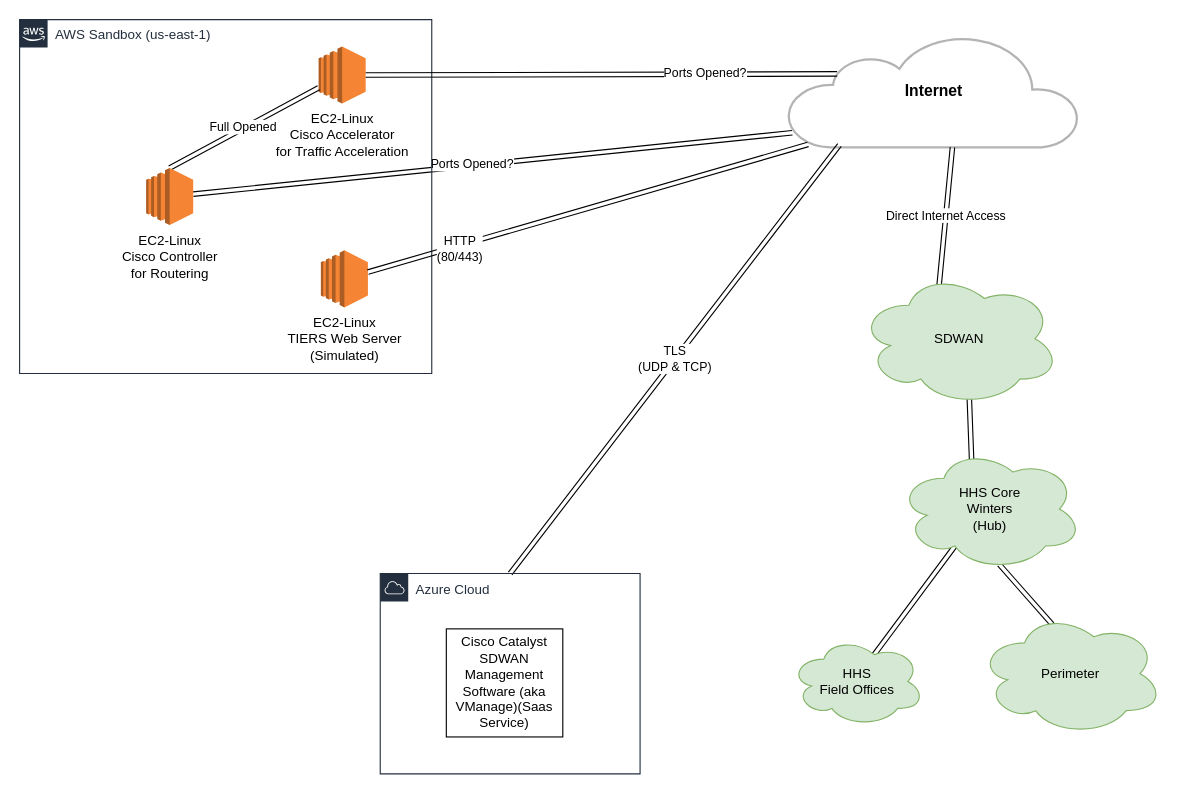
Earlier version of the draw.io diagram page "Catalyst 8000-v" (1 of 4) of aws/catalyst8000v/docs/catalyst.drawio (scottmillers/Terraform). Source tidied: cells renumbered, new cells numbered last; positions are measured from the earlier drawing's top-left corner, leaving out a move shared by most shapes. Both pictures are drawn from the tidied source at 112%, with x=0, y=0 at pixel (19, 19).
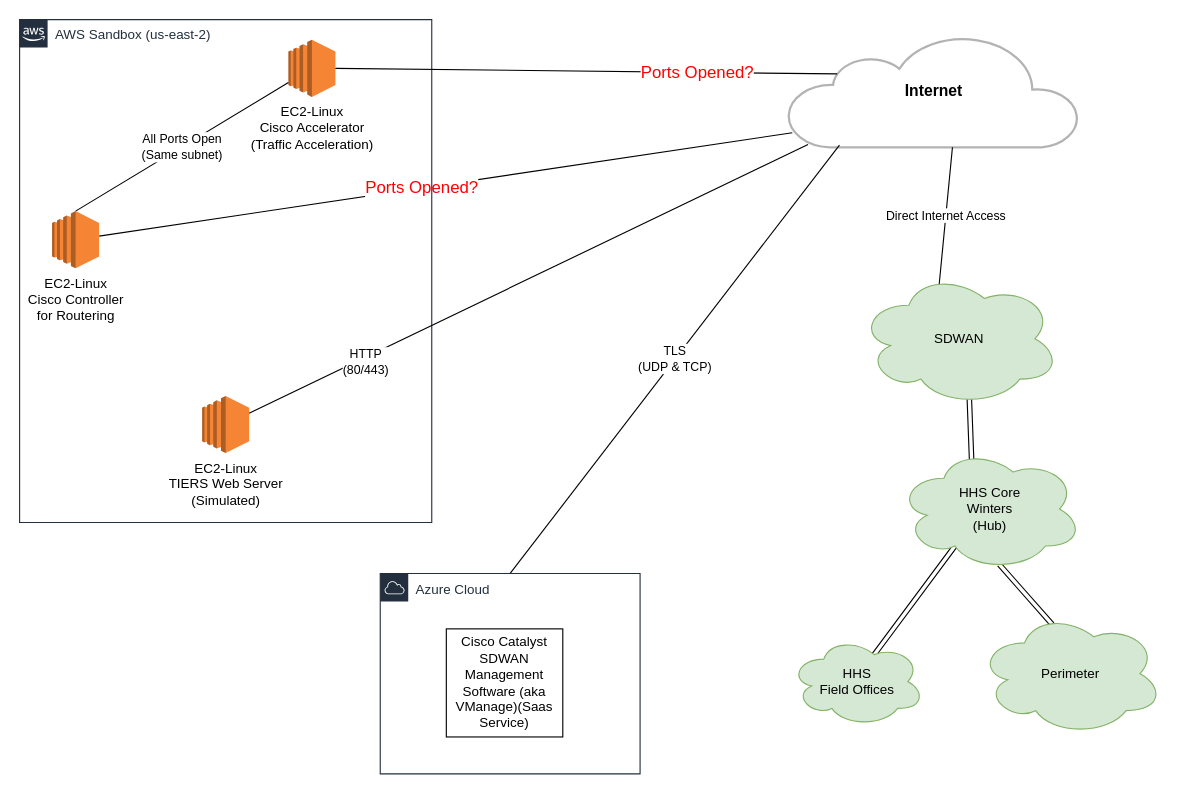
Above is the later version.

The change refers to these unchanged cells:
```xml
<mxCell id="4" value="&lt;b&gt;&lt;font style=&quot;font-size: 14px;&quot;&gt;Internet&lt;/font&gt;&lt;/b&gt;" style="html=1;verticalLabelPosition=middle;align=center;labelBackgroundColor=#ffffff;verticalAlign=middle;strokeWidth=2;strokeColor=#B3B3B3;shadow=0;dashed=0;shape=mxgraph.ios7.icons.cloud;labelPosition=center;" parent="1" vertex="1">
  <mxGeometry x="686" y="14" width="260" height="100" as="geometry" />
</mxCell>
<mxCell id="11" value="Azure Cloud" style="points=[[0,0],[0.25,0],[0.5,0],[0.75,0],[1,0],[1,0.25],[1,0.5],[1,0.75],[1,1],[0.75,1],[0.5,1],[0.25,1],[0,1],[0,0.75],[0,0.5],[0,0.25]];outlineConnect=0;gradientColor=none;html=1;whiteSpace=wrap;fontSize=12;fontStyle=0;shape=mxgraph.aws4.group;grIcon=mxgraph.aws4.group_aws_cloud;strokeColor=#232F3E;fillColor=none;verticalAlign=top;align=left;spacingLeft=30;fontColor=#232F3E;dashed=0;" parent="1" vertex="1">
  <mxGeometry x="322" y="494.5" width="232" height="179" as="geometry" />
</mxCell>
<mxCell id="19" value="SDWAN" style="ellipse;shape=cloud;whiteSpace=wrap;html=1;fillColor=#d5e8d4;strokeColor=#82b366;" parent="1" vertex="1">
  <mxGeometry x="749" y="225" width="180" height="120" as="geometry" />
</mxCell>
```

Change to the diagram source:
```diff
@@
-    <mxCell id="2" style="edgeStyle=none;shape=link;html=1;exitX=0.015;exitY=0.87;exitDx=0;exitDy=0;exitPerimeter=0;" parent="1" edge="1" source="4" target="8">
+    <mxCell id="2" style="edgeStyle=none;html=1;exitX=0.015;exitY=0.87;exitDx=0;exitDy=0;exitPerimeter=0;endArrow=none;endFill=0;" parent="1" edge="1" source="4" target="8">
       <mxGeometry relative="1" as="geometry" />
     </mxCell>
-    <mxCell id="3" value="Ports Opened?" style="edgeLabel;html=1;align=center;verticalAlign=middle;" parent="2" vertex="1">
+    <mxCell id="3" value="Ports Opened?" style="edgeLabel;html=1;align=center;verticalAlign=middle;fontColor=#FF0000;fontSize=15;" parent="2" vertex="1">
       <mxGeometry x="0.07" y="-2" relative="1" as="geometry" />
     </mxCell>
@@
-    <mxCell id="5" value="AWS Sandbox (us-east-1)" style="gradientColor=none;html=1;whiteSpace=wrap;fontSize=12;fontStyle=0;shape=mxgraph.aws4.group;grIcon=mxgraph.aws4.group_aws_cloud_alt;strokeColor=#232F3E;fillColor=none;verticalAlign=top;align=left;spacingLeft=30;fontColor=#232F3E;dashed=0;" parent="1" vertex="1">
-      <mxGeometry width="368" height="316" as="geometry" />
+    <mxCell id="5" value="AWS Sandbox (us-east-2)" style="gradientColor=none;html=1;whiteSpace=wrap;fontSize=12;fontStyle=0;shape=mxgraph.aws4.group;grIcon=mxgraph.aws4.group_aws_cloud_alt;strokeColor=#232F3E;fillColor=none;verticalAlign=top;align=left;spacingLeft=30;fontColor=#232F3E;dashed=0;" parent="1" vertex="1">
+      <mxGeometry width="368" height="449" as="geometry" />
     </mxCell>
-    <mxCell id="6" value="EC2-Linux&lt;br&gt;Cisco Accelerator &lt;br&gt;for Traffic Acceleration" style="outlineConnect=0;dashed=0;verticalLabelPosition=bottom;verticalAlign=top;align=center;html=1;shape=mxgraph.aws3.ec2;fillColor=#F58534;gradientColor=none;" parent="5" vertex="1">
-      <mxGeometry x="267" y="24" width="42" height="51" as="geometry" />
+    <mxCell id="6" value="EC2-Linux&lt;br&gt;Cisco Accelerator &lt;br&gt;(Traffic Acceleration)" style="outlineConnect=0;dashed=0;verticalLabelPosition=bottom;verticalAlign=top;align=center;html=1;shape=mxgraph.aws3.ec2;fillColor=#F58534;gradientColor=none;" parent="5" vertex="1">
+      <mxGeometry x="240" y="18" width="42" height="51" as="geometry" />
     </mxCell>
-    <mxCell id="7" value="Full Opened&amp;nbsp;" style="edgeStyle=none;shape=link;html=1;exitX=0.5;exitY=0;exitDx=0;exitDy=0;exitPerimeter=0;" parent="5" edge="1" source="8" target="6">
+    <mxCell id="7" value="All Ports Open&lt;br&gt;(Same subnet)" style="edgeStyle=none;html=1;exitX=0.5;exitY=0;exitDx=0;exitDy=0;exitPerimeter=0;endArrow=none;endFill=0;" parent="5" edge="1" source="8" target="6">
       <mxGeometry relative="1" as="geometry" />
     </mxCell>
     <mxCell id="8" value="EC2-Linux&lt;br&gt;Cisco Controller&lt;br&gt;for Routering" style="outlineConnect=0;dashed=0;verticalLabelPosition=bottom;verticalAlign=top;align=center;html=1;shape=mxgraph.aws3.ec2;fillColor=#F58534;gradientColor=none;" parent="5" vertex="1">
-      <mxGeometry x="113" y="132.5" width="42" height="51" as="geometry" />
+      <mxGeometry x="29" y="171" width="42" height="51" as="geometry" />
     </mxCell>
     <mxCell id="9" value="EC2-Linux&lt;br&gt;TIERS Web Server&lt;br&gt;(Simulated)" style="outlineConnect=0;dashed=0;verticalLabelPosition=bottom;verticalAlign=top;align=center;html=1;shape=mxgraph.aws3.ec2;fillColor=#F58534;gradientColor=none;" parent="5" vertex="1">
-      <mxGeometry x="269" y="206" width="42" height="51" as="geometry" />
+      <mxGeometry x="163" y="336" width="42" height="51" as="geometry" />
     </mxCell>
-    <mxCell id="10" value="TLS &lt;br&gt;(UDP &amp;amp; TCP)" style="edgeStyle=none;shape=link;html=1;exitX=0.5;exitY=0;exitDx=0;exitDy=0;entryX=0.177;entryY=0.98;entryDx=0;entryDy=0;entryPerimeter=0;" parent="1" edge="1" source="11" target="4">
+    <mxCell id="10" value="TLS &lt;br&gt;(UDP &amp;amp; TCP)" style="edgeStyle=none;html=1;exitX=0.5;exitY=0;exitDx=0;exitDy=0;entryX=0.177;entryY=0.98;entryDx=0;entryDy=0;entryPerimeter=0;endArrow=none;endFill=0;" parent="1" edge="1" source="11" target="4">
       <mxGeometry relative="1" as="geometry" />
     </mxCell>
@@
-    <mxCell id="18" value="Direct Internet Access" style="edgeStyle=none;shape=link;html=1;entryX=0.565;entryY=1;entryDx=0;entryDy=0;entryPerimeter=0;exitX=0.4;exitY=0.1;exitDx=0;exitDy=0;exitPerimeter=0;" parent="1" edge="1" source="19" target="4">
+    <mxCell id="18" value="Direct Internet Access" style="edgeStyle=none;html=1;entryX=0.565;entryY=1;entryDx=0;entryDy=0;entryPerimeter=0;exitX=0.4;exitY=0.1;exitDx=0;exitDy=0;exitPerimeter=0;endArrow=none;endFill=0;" parent="1" edge="1" source="19" target="4">
       <mxGeometry relative="1" as="geometry" />
     </mxCell>
@@
-    <mxCell id="21" style="edgeStyle=none;shape=link;html=1;exitX=1;exitY=0.5;exitDx=0;exitDy=0;exitPerimeter=0;entryX=0.169;entryY=0.345;entryDx=0;entryDy=0;entryPerimeter=0;" parent="1" edge="1" source="6" target="4">
+    <mxCell id="21" style="edgeStyle=none;html=1;exitX=1;exitY=0.5;exitDx=0;exitDy=0;exitPerimeter=0;entryX=0.169;entryY=0.345;entryDx=0;entryDy=0;entryPerimeter=0;endArrow=none;endFill=0;" parent="1" edge="1" source="6" target="4">
       <mxGeometry relative="1" as="geometry" />
     </mxCell>
-    <mxCell id="22" value="Ports Opened?" style="edgeLabel;html=1;align=center;verticalAlign=middle;" parent="21" vertex="1">
+    <mxCell id="22" value="Ports Opened?" style="edgeLabel;html=1;align=center;verticalAlign=middle;fontSize=15;fontColor=#FF0000;" parent="21" vertex="1">
       <mxGeometry x="0.44" y="1" relative="1" as="geometry" />
     </mxCell>
-    <mxCell id="23" style="edgeStyle=none;shape=link;html=1;entryX=0.069;entryY=0.975;entryDx=0;entryDy=0;entryPerimeter=0;" parent="1" edge="1" source="9" target="4">
+    <mxCell id="23" style="edgeStyle=none;html=1;entryX=0.069;entryY=0.975;entryDx=0;entryDy=0;entryPerimeter=0;endArrow=none;endFill=0;" parent="1" edge="1" source="9" target="4">
       <mxGeometry relative="1" as="geometry" />
     </mxCell>
```
